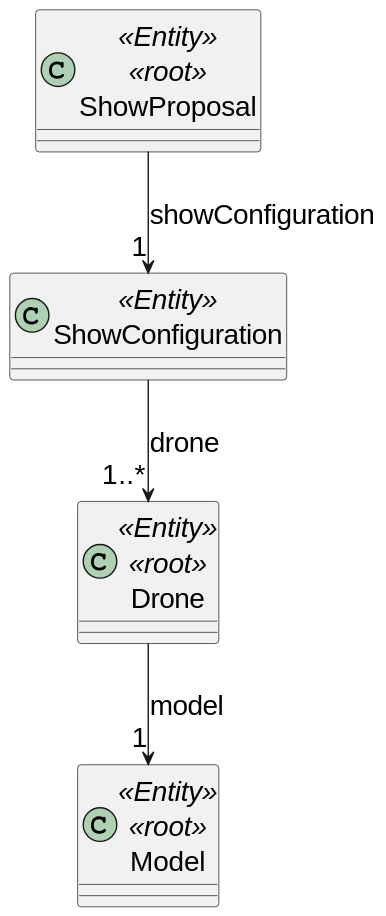
Above: docs/SPRINT_3/US311/images/domain_model_us311.svg in diogoveirospro/sem4pi-2024-2025-sem4pi_2024_2025_g44 (PlantUML), before the change.
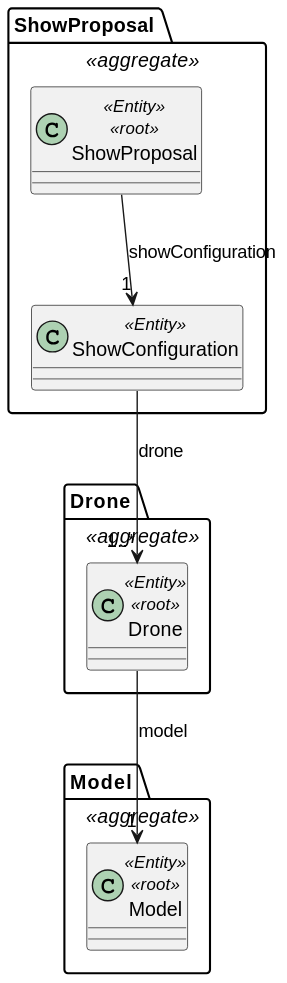
Above is the later version.

Commit message:
#37 update domain model

The edit, as a diff of the source:
```diff
@@ -1,20 +1,24 @@
 @startuml
-skinparamlocked defaultFontSize 20
 
 
+package "ShowProposal " <<aggregate>> {
 
   class ShowProposal <<Entity>> <<root>>{
     }
 
    class ShowConfiguration <<Entity>>{
       }
+      }
+package "Drone " <<aggregate>> {
 
    class Drone <<Entity>> <<root>>{
       }
+}
+package "Model " <<aggregate>> {
 
      class Model <<Entity>> <<root>>{
       }
-
+}
       ShowProposal --> "1" ShowConfiguration: showConfiguration
       Drone --> "1" Model: model
       ShowConfiguration --> "1..*" Drone: drone
```
